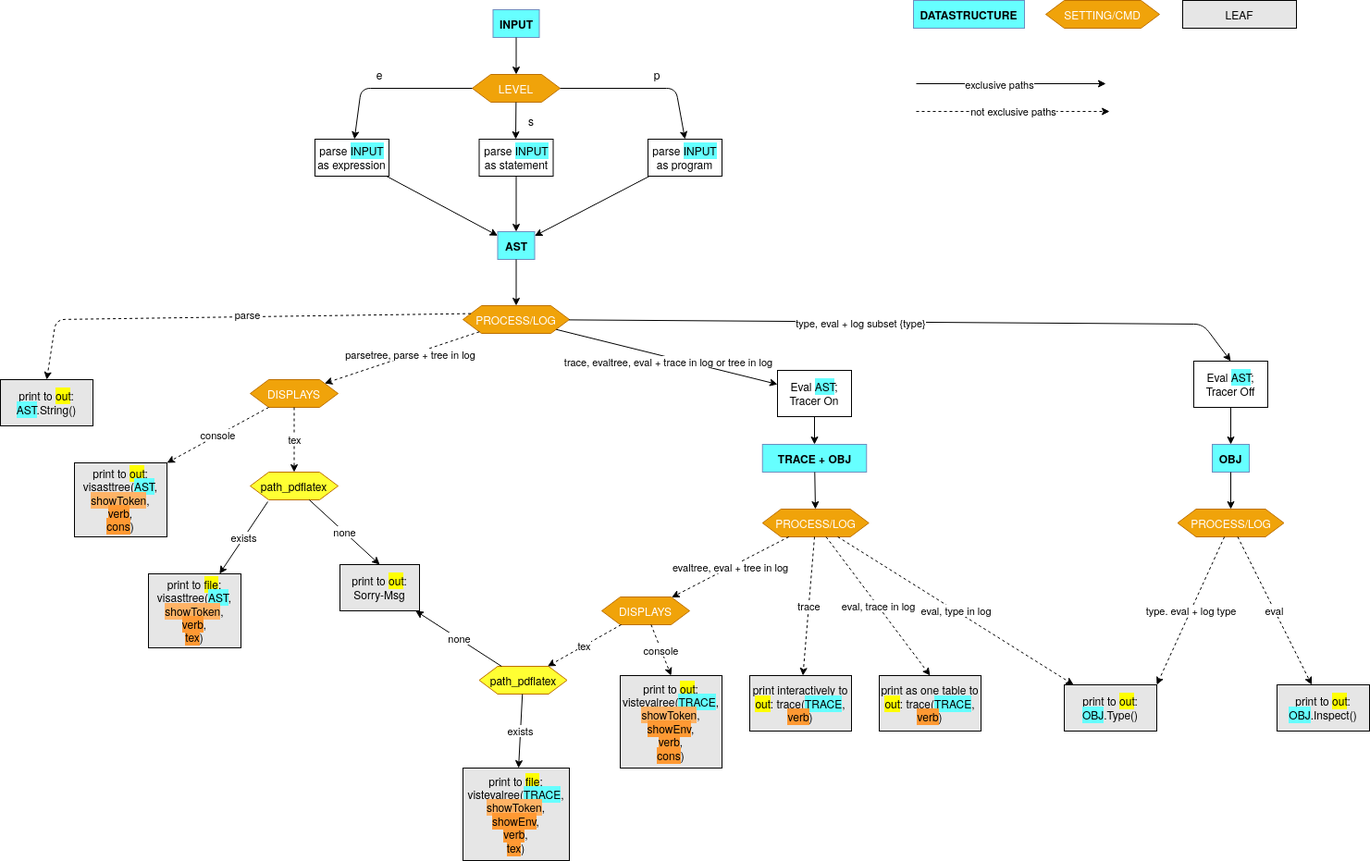
Above: assets/images/flow.png in Tiffilore/Monkey_Business (draw.io), before the change. Source tidied: cells renumbered, new cells last; positions are measured from the earlier drawing's top-left corner, leaving out a move shared by most shapes.
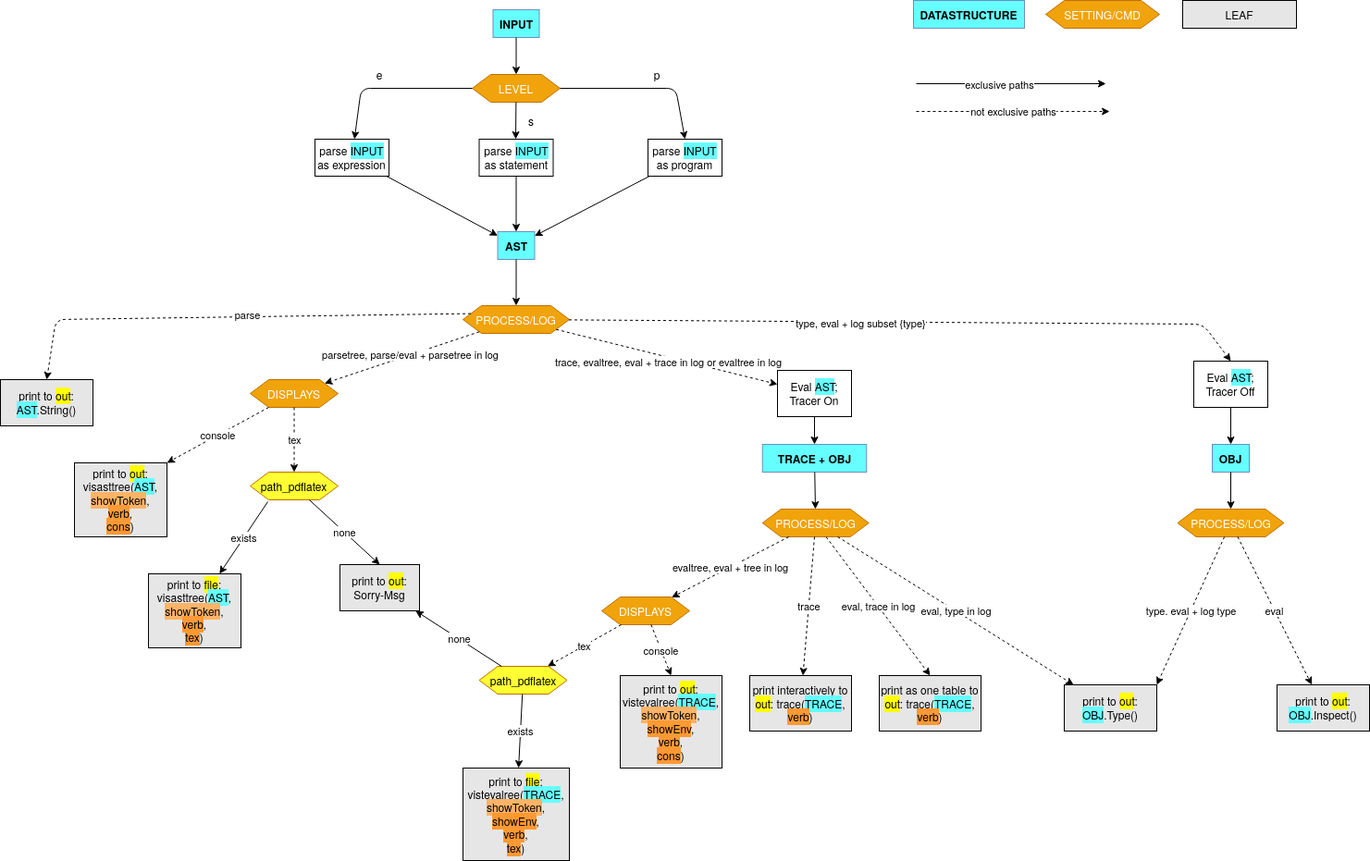
The same diagram one commit later.

Change to the diagram source:
```diff
@@ -100,7 +100,7 @@
     <mxCell id="29" style="endArrow=classic;html=1;dashed=1;" parent="1" edge="1" source="21" target="24">
       <mxGeometry relative="1" as="geometry" />
     </mxCell>
-    <mxCell id="30" value="parsetree, parse + tree in log" style="edgeLabel;html=1;align=center;verticalAlign=middle;" parent="29" vertex="1">
+    <mxCell id="30" value="parsetree, parse/eval + parsetree in log" style="edgeLabel;html=1;align=center;verticalAlign=middle;" parent="29" vertex="1">
       <mxGeometry x="-0.1" y="-1" relative="1" as="geometry" />
     </mxCell>
     <mxCell id="31" value="LEAF" style="rounded=0;whiteSpace=wrap;html=1;fillColor=#E6E6E6;" parent="1" vertex="1">
@@ -148,7 +148,7 @@
     <mxCell id="45" value="exists" style="endArrow=classic;html=1;exitX=0.2;exitY=1.067;exitDx=0;exitDy=0;exitPerimeter=0;" parent="1" edge="1" source="32" target="44">
       <mxGeometry relative="1" as="geometry" />
     </mxCell>
-    <mxCell id="46" style="endArrow=classic;html=1;entryX=0.5;entryY=0;entryDx=0;entryDy=0;" parent="1" edge="1" source="21" target="25">
+    <mxCell id="46" style="endArrow=classic;html=1;entryX=0.5;entryY=0;entryDx=0;entryDy=0;dashed=1;" parent="1" edge="1" source="21" target="25">
       <mxGeometry relative="1" as="geometry">
         <Array as="points">
           <mxPoint x="1300" y="350" />
@@ -158,10 +158,10 @@
     <mxCell id="47" value="type, eval + log subset {type}" style="edgeLabel;html=1;align=center;verticalAlign=middle;" parent="46" vertex="1">
       <mxGeometry x="-0.14" y="-1" relative="1" as="geometry" />
     </mxCell>
-    <mxCell id="48" style="endArrow=classic;html=1;" parent="1" edge="1" source="21" target="26">
+    <mxCell id="48" style="endArrow=classic;html=1;dashed=1;" parent="1" edge="1" source="21" target="26">
       <mxGeometry relative="1" as="geometry" />
     </mxCell>
-    <mxCell id="49" value="trace, evaltree, eval + trace in log or tree in log" style="edgeLabel;html=1;align=center;verticalAlign=middle;" parent="48" vertex="1">
+    <mxCell id="49" value="trace, evaltree, eval + trace in log or evaltree in log" style="edgeLabel;html=1;align=center;verticalAlign=middle;" parent="48" vertex="1">
       <mxGeometry x="-0.09" y="-1" relative="1" as="geometry">
         <mxPoint x="12" y="7.2" as="offset" />
       </mxGeometry>
```
